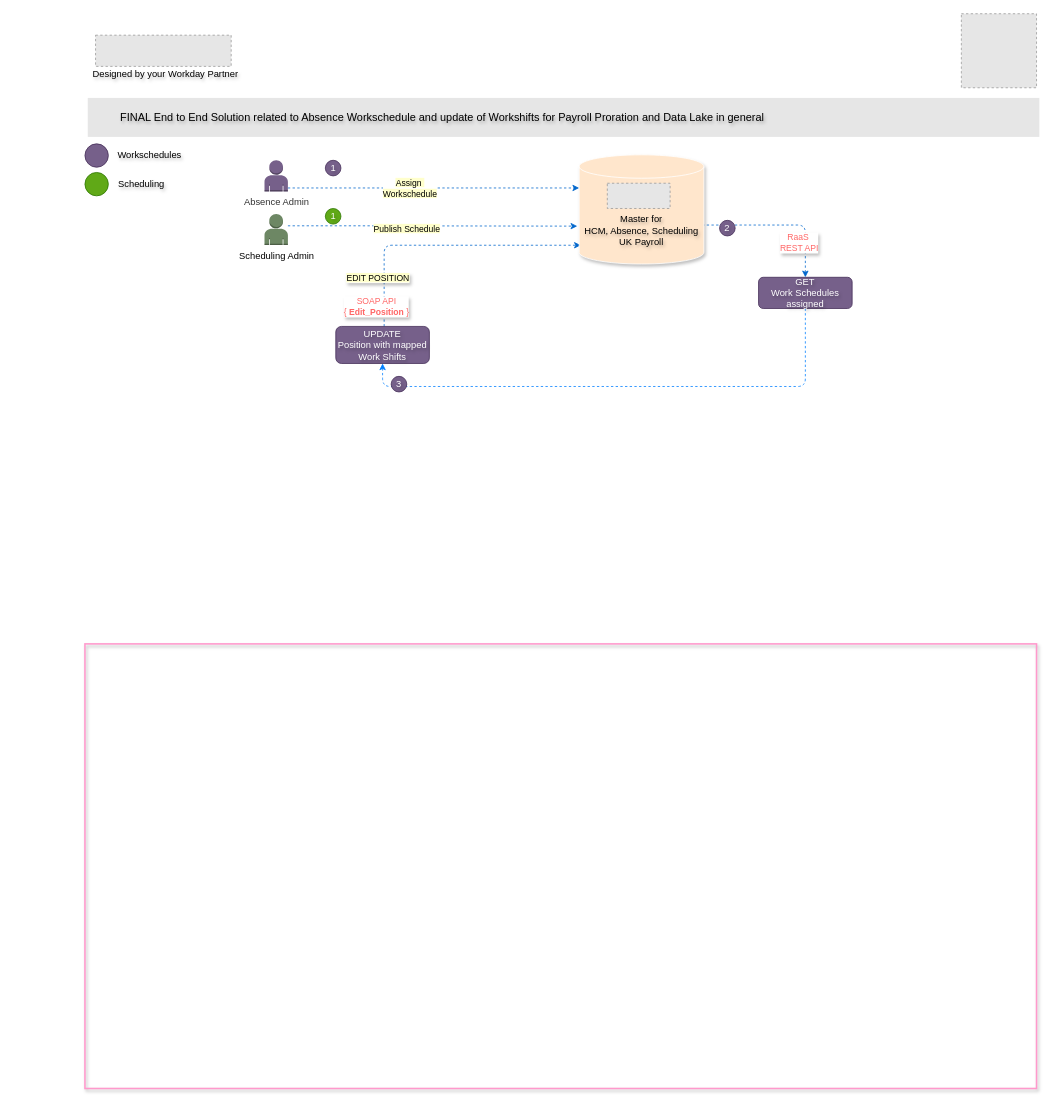
This is Leonardo Hotels Boomerang v1.drawio from sandyaroma/sandyaroma, a draw.io file, before an edit. Source tidied: cells renumbered, new cells numbered last; positions are measured from the earlier drawing's top-left corner, leaving out a move shared by most shapes. Both pictures are drawn from the tidied source at 78%, with x=0, y=0 at pixel (84, 13). Pictures stored in the file or linked from it are replaced by grey dashed boxes.
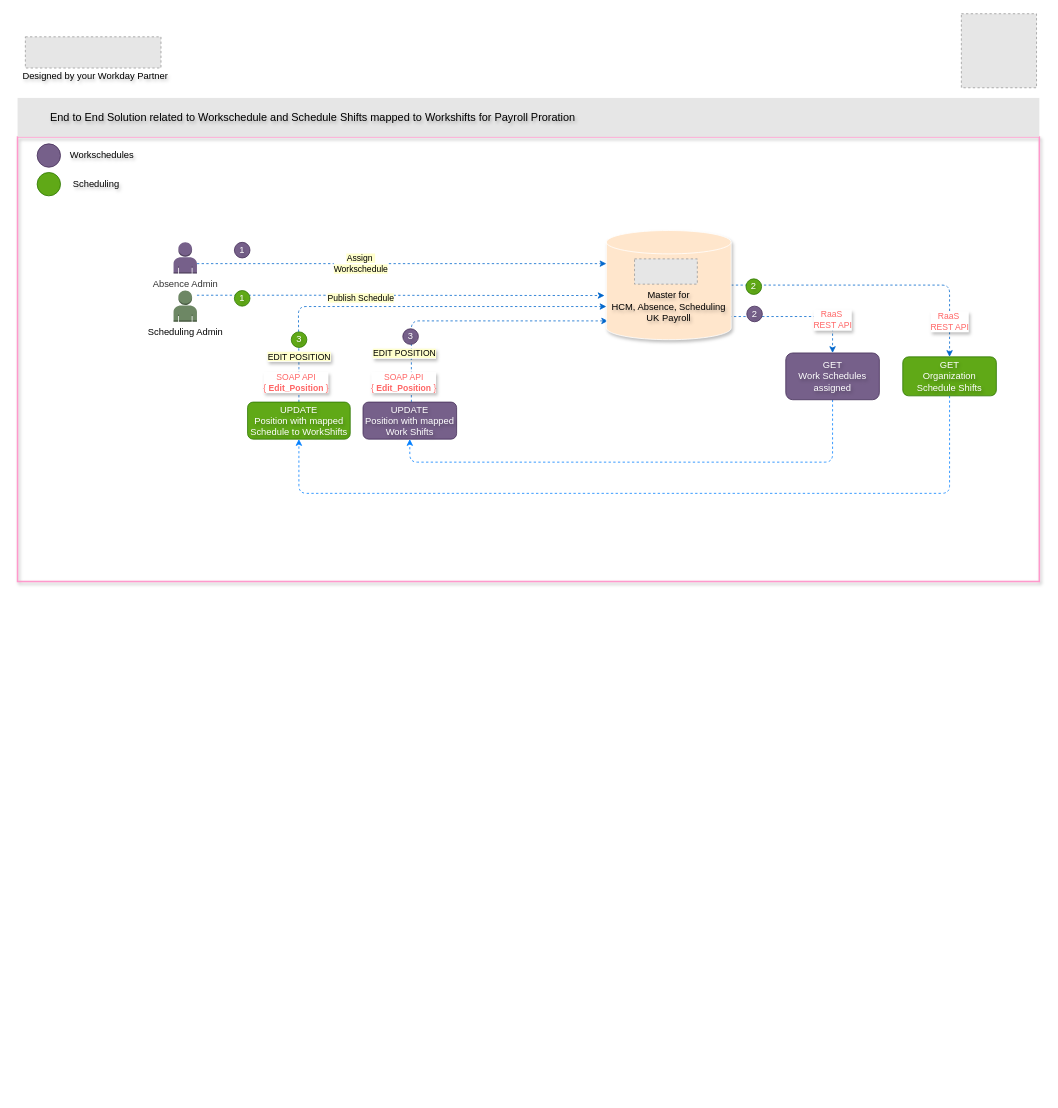
The same page after the edit.

Commit message (it also covers changes not shown here):
Mettre à jour Leonardo Hotels Boomerang v1.drawio

Change to the diagram source:
```diff
@@
+    <mxCell id="31" style="edgeStyle=orthogonalEdgeStyle;rounded=1;jettySize=auto;html=1;entryX=0;entryY=0;entryDx=0;entryDy=97.5;entryPerimeter=0;curved=0;dashed=1;strokeColor=#0066CC;" parent="1" edge="1" source="37" target="5">
+      <mxGeometry relative="1" as="geometry">
+        <Array as="points">
+          <mxPoint x="275" y="445" />
+          <mxPoint x="274" y="376" />
+        </Array>
+      </mxGeometry>
+    </mxCell>
     <mxCell id="2" style="edgeStyle=orthogonalEdgeStyle;rounded=1;jettySize=auto;html=1;entryX=0.013;entryY=0.828;entryDx=0;entryDy=0;entryPerimeter=0;curved=0;dashed=1;strokeColor=#0066CC;" parent="1" edge="1" source="9" target="5">
       <mxGeometry relative="1" as="geometry">
         <Array as="points">
-          <mxPoint x="384" y="297" />
+          <mxPoint x="418.9" y="394" />
         </Array>
       </mxGeometry>
     </mxCell>
     <mxCell id="3" style="rounded=0;whiteSpace=wrap;html=1;fillColor=none;strokeWidth=2;strokeColor=#FF99CC;shadow=1;textShadow=1;" parent="1" vertex="1">
-      <mxGeometry x="0.4" y="808" width="1220" height="570" as="geometry" />
+      <mxGeometry x="-86" y="158" width="1310" height="570" as="geometry" />
     </mxCell>
-    <mxCell id="4" style="edgeStyle=orthogonalEdgeStyle;rounded=1;jettySize=auto;html=1;entryX=0.5;entryY=0;entryDx=0;entryDy=0;exitX=0.985;exitY=0.643;exitDx=0;exitDy=0;exitPerimeter=0;curved=0;dashed=1;strokeColor=#0066CC;" parent="1" edge="1" source="5" target="8">
+    <mxCell id="4" style="edgeStyle=orthogonalEdgeStyle;rounded=1;jettySize=auto;html=1;entryX=0.5;entryY=0;entryDx=0;entryDy=0;exitX=0.985;exitY=0.788;exitDx=0;exitDy=0;exitPerimeter=0;curved=0;dashed=1;strokeColor=#0066CC;" parent="1" edge="1" source="5" target="8">
       <mxGeometry relative="1" as="geometry" />
     </mxCell>
+    <mxCell id="32" style="edgeStyle=orthogonalEdgeStyle;rounded=1;jettySize=auto;html=1;curved=0;dashed=1;strokeColor=#0066CC;" parent="1" edge="1" source="5" target="34">
+      <mxGeometry relative="1" as="geometry" />
+    </mxCell>
     <mxCell id="5" value="&lt;div&gt;&lt;br&gt;&lt;/div&gt;&lt;div&gt;&lt;br&gt;&lt;/div&gt;&lt;div&gt;&lt;span style=&quot;background-color: initial;&quot;&gt;Master for&lt;/span&gt;&lt;/div&gt;&lt;div&gt;&lt;span style=&quot;background-color: initial;&quot;&gt;HCM, Absence, Scheduling&lt;/span&gt;&lt;br&gt;&lt;/div&gt;&lt;div&gt;&lt;span style=&quot;background-color: initial;&quot;&gt;UK Payroll&lt;/span&gt;&lt;/div&gt;" style="shape=cylinder3;whiteSpace=wrap;html=1;boundedLbl=1;backgroundOutline=1;size=15;fillColor=#ffe6cc;strokeColor=#FFFFFF;shadow=1;textShadow=1;" parent="1" vertex="1">
-      <mxGeometry x="634" y="181" width="160" height="140" as="geometry" />
+      <mxGeometry x="668.9" y="278" width="160" height="140" as="geometry" />
     </mxCell>
     <mxCell id="6" style="fillColor=#E6E6E6;strokeColor=#999999;dashed=1;verticalLabelPosition=bottom;labelBackgroundColor=default;verticalAlign=top;" parent="1" vertex="1">
-      <mxGeometry x="670.1" y="217.4" width="80.5" height="32.4" as="geometry" />
+      <mxGeometry x="705" y="314.4" width="80.5" height="32.4" as="geometry" />
     </mxCell>
     <mxCell id="7" style="edgeStyle=orthogonalEdgeStyle;rounded=1;jettySize=auto;html=1;entryX=0.5;entryY=1;entryDx=0;entryDy=0;curved=0;dashed=1;strokeColor=#007FFF;" parent="1" edge="1" source="8" target="9">
       <mxGeometry relative="1" as="geometry">
         <Array as="points">
-          <mxPoint x="924" y="478" />
-          <mxPoint x="382" y="478" />
+          <mxPoint x="958.9" y="575" />
+          <mxPoint x="416.9" y="575" />
         </Array>
       </mxGeometry>
     </mxCell>
     <mxCell id="8" value="GET&lt;div&gt;Work Schedules&lt;/div&gt;&lt;div&gt;assigned&lt;/div&gt;" style="rounded=1;whiteSpace=wrap;html=1;fillColor=#76608a;strokeColor=#432D57;textShadow=1;fontColor=#ffffff;" parent="1" vertex="1">
-      <mxGeometry x="864" y="338" width="120" height="40" as="geometry" />
+      <mxGeometry x="898.9" y="435" width="120" height="60" as="geometry" />
     </mxCell>
     <mxCell id="9" value="&lt;div&gt;UPDATE&lt;/div&gt;&lt;div&gt;Position with mapped&lt;/div&gt;Work Shifts" style="rounded=1;whiteSpace=wrap;html=1;fillColor=#76608a;strokeColor=#432D57;textShadow=1;fontColor=#ffffff;" parent="1" vertex="1">
-      <mxGeometry x="322" y="401" width="120" height="47.5" as="geometry" />
+      <mxGeometry x="356.9" y="498" width="120" height="47.5" as="geometry" />
     </mxCell>
     <mxCell id="10" value="1" style="ellipse;whiteSpace=wrap;html=1;fillColor=#76608a;strokeColor=#432D57;fontColor=#ffffff;align=center;verticalAlign=middle;fontFamily=Helvetica;fontSize=12;textShadow=1;" parent="1" vertex="1">
-      <mxGeometry x="308.6" y="188" width="20" height="20" as="geometry" />
+      <mxGeometry x="192" y="293.2" width="20" height="20" as="geometry" />
     </mxCell>
-    <mxCell id="11" value="&lt;blockquote style=&quot;margin: 0 0 0 40px; border: none; padding: 0px;&quot;&gt;&lt;font style=&quot;font-size: 14px;&quot;&gt;FINAL End to End Solution related to Absence Workschedule and update of Workshifts for Payroll Proration and Data Lake in general&lt;/font&gt;&lt;/blockquote&gt;" style="text;html=1;align=left;verticalAlign=middle;whiteSpace=wrap;rounded=0;fillColor=#E6E6E6;textShadow=1;" parent="1" vertex="1">
-      <mxGeometry x="4" y="108" width="1220" height="50" as="geometry" />
+    <mxCell id="11" value="&lt;blockquote style=&quot;margin: 0 0 0 40px; border: none; padding: 0px;&quot;&gt;&lt;font style=&quot;font-size: 14px;&quot;&gt;End to End Solution related to Workschedule and Schedule Shifts mapped to Workshifts for Payroll Proration&lt;/font&gt;&lt;/blockquote&gt;" style="text;html=1;align=left;verticalAlign=middle;whiteSpace=wrap;rounded=0;fillColor=#E6E6E6;textShadow=1;" parent="1" vertex="1">
+      <mxGeometry x="-86" y="108" width="1310" height="50" as="geometry" />
     </mxCell>
     <mxCell id="12" style="ellipse;whiteSpace=wrap;html=1;fillColor=#76608a;strokeColor=#432D57;fontColor=#ffffff;textShadow=1;" parent="1" vertex="1">
-      <mxGeometry x="0.4" y="166.9" width="30" height="30" as="geometry" />
+      <mxGeometry x="-60.9" y="166.9" width="30" height="30" as="geometry" />
     </mxCell>
     <mxCell id="13" value="Workschedules" style="text;html=1;align=center;verticalAlign=middle;whiteSpace=wrap;rounded=0;textShadow=1;" parent="1" vertex="1">
-      <mxGeometry x="17.4" y="166.9" width="132.8" height="30" as="geometry" />
+      <mxGeometry x="-43.9" y="166.9" width="132.8" height="30" as="geometry" />
     </mxCell>
     <mxCell id="14" style="ellipse;whiteSpace=wrap;html=1;fillColor=#60a917;strokeColor=#2D7600;textShadow=1;fontColor=#ffffff;" parent="1" vertex="1">
-      <mxGeometry x="0.4" y="203.6" width="30" height="30" as="geometry" />
+      <mxGeometry x="-60.9" y="203.6" width="30" height="30" as="geometry" />
     </mxCell>
     <mxCell id="15" value="Scheduling" style="text;html=1;align=center;verticalAlign=middle;whiteSpace=wrap;rounded=0;textShadow=1;" parent="1" vertex="1">
-      <mxGeometry x="27.4" y="203.6" width="91.8" height="30" as="geometry" />
+      <mxGeometry x="-30.9" y="203.6" width="91.8" height="30" as="geometry" />
     </mxCell>
@@
     <mxCell id="17" style="fillColor=#E6E6E6;strokeColor=#999999;dashed=1;verticalLabelPosition=bottom;labelBackgroundColor=default;verticalAlign=top;" parent="1" vertex="1">
-      <mxGeometry x="14" y="27.6" width="173.9" height="40" as="geometry" />
+      <mxGeometry x="-76" y="29.7" width="173.9" height="40" as="geometry" />
     </mxCell>
     <mxCell id="18" value="Designed by your Workday Partner" style="text;html=1;align=center;verticalAlign=middle;whiteSpace=wrap;rounded=0;textShadow=1;" parent="1" vertex="1">
-      <mxGeometry x="4" y="62.9" width="200" height="30" as="geometry" />
+      <mxGeometry x="-86" y="65" width="200" height="30" as="geometry" />
     </mxCell>
     <mxCell id="19" style="edgeStyle=orthogonalEdgeStyle;rounded=0;jettySize=auto;html=1;dashed=1;strokeColor=#0066CC;entryX=0;entryY=0;entryDx=0;entryDy=42.5;entryPerimeter=0;" parent="1" edge="1" source="21" target="5">
       <mxGeometry relative="1" as="geometry">
         <Array as="points">
-          <mxPoint x="394" y="224" />
+          <mxPoint x="428.9" y="321" />
         </Array>
       </mxGeometry>
     </mxCell>
@@
     <mxCell id="21" value="&lt;font style=&quot;color: rgb(51, 51, 51);&quot;&gt;Absence Admin&lt;/font&gt;" style="outlineConnect=0;dashed=0;verticalLabelPosition=bottom;verticalAlign=top;align=center;html=1;shape=mxgraph.aws3.user;fillColor=#76608a;strokeColor=#432D57;fontColor=#ffffff;" parent="1" vertex="1">
-      <mxGeometry x="230.6" y="188" width="30" height="40" as="geometry" />
+      <mxGeometry x="114" y="293.2" width="30" height="40" as="geometry" />
     </mxCell>
     <mxCell id="22" value="&lt;font style=&quot;color: rgb(0, 0, 0);&quot;&gt;Scheduling Admin&lt;/font&gt;" style="outlineConnect=0;dashed=0;verticalLabelPosition=bottom;verticalAlign=top;align=center;html=1;shape=mxgraph.aws3.user;fillColor=#6d8764;strokeColor=#3A5431;fontColor=#ffffff;" parent="1" vertex="1">
-      <mxGeometry x="230.6" y="256.7" width="30" height="40" as="geometry" />
+      <mxGeometry x="114" y="355" width="30" height="40" as="geometry" />
     </mxCell>
     <mxCell id="23" value="2" style="ellipse;whiteSpace=wrap;html=1;fillColor=#76608a;strokeColor=#432D57;fontColor=#ffffff;align=center;verticalAlign=middle;fontFamily=Helvetica;fontSize=12;textShadow=1;" parent="1" vertex="1">
-      <mxGeometry x="814" y="265" width="20" height="20" as="geometry" />
+      <mxGeometry x="848.9" y="375" width="20" height="20" as="geometry" />
     </mxCell>
     <mxCell id="24" value="3" style="ellipse;whiteSpace=wrap;html=1;fillColor=#76608a;strokeColor=#432D57;fontColor=#ffffff;align=center;verticalAlign=middle;fontFamily=Helvetica;fontSize=12;textShadow=1;" parent="1" vertex="1">
-      <mxGeometry x="393" y="465" width="20" height="20" as="geometry" />
+      <mxGeometry x="407.9" y="404" width="20" height="20" as="geometry" />
     </mxCell>
     <mxCell id="25" value="&lt;font color=&quot;#ff6666&quot;&gt;RaaS&amp;nbsp;&lt;/font&gt;&lt;div&gt;&lt;font color=&quot;#ff6666&quot;&gt;REST API&lt;/font&gt;&lt;/div&gt;" style="edgeLabel;html=1;align=center;verticalAlign=middle;textShadow=1;" parent="1" vertex="1">
-      <mxGeometry x="924" y="296.7" as="geometry">
-        <mxPoint x="-9" y="-3" as="offset" />
+      <mxGeometry x="958.9" y="393.7" as="geometry">
+        <mxPoint y="-1" as="offset" />
       </mxGeometry>
     </mxCell>
-    <mxCell id="26" style="edgeStyle=orthogonalEdgeStyle;rounded=0;jettySize=auto;html=1;entryX=-0.015;entryY=0.653;entryDx=0;entryDy=0;entryPerimeter=0;curved=0;dashed=1;strokeColor=#0066CC;" parent="1" edge="1" source="22" target="5">
+    <mxCell id="26" style="edgeStyle=orthogonalEdgeStyle;rounded=0;jettySize=auto;html=1;entryX=-0.015;entryY=0.653;entryDx=0;entryDy=0;entryPerimeter=0;curved=0;dashed=1;strokeColor=#0066CC;" parent="1" edge="1" source="22">
       <mxGeometry relative="1" as="geometry">
+        <mxPoint x="666.5" y="361.4" as="targetPoint" />
         <Array as="points">
-          <mxPoint x="354" y="272" />
-          <mxPoint x="354" y="272" />
+          <mxPoint x="284" y="361" />
+          <mxPoint x="284" y="361" />
         </Array>
       </mxGeometry>
     </mxCell>
@@
     <mxCell id="28" value="1" style="ellipse;whiteSpace=wrap;html=1;fillColor=#60a917;strokeColor=#2D7600;fontColor=#ffffff;align=center;verticalAlign=middle;fontFamily=Helvetica;fontSize=12;textShadow=1;" parent="1" vertex="1">
-      <mxGeometry x="308.6" y="249.8" width="20" height="20" as="geometry" />
+      <mxGeometry x="192" y="355" width="20" height="20" as="geometry" />
     </mxCell>
     <mxCell id="29" value="&lt;span style=&quot;background-color: rgb(255, 255, 204);&quot;&gt;EDIT POSITION&lt;/span&gt;" style="edgeLabel;html=1;align=center;verticalAlign=middle;textShadow=1;" parent="1" vertex="1">
-      <mxGeometry x="375" y="338" as="geometry" />
+      <mxGeometry x="409.9" y="435" as="geometry" />
     </mxCell>
     <mxCell id="30" value="&lt;font color=&quot;#ff6666&quot;&gt;SOAP API&lt;/font&gt;&lt;div&gt;&lt;font color=&quot;#ff6666&quot;&gt;{&amp;nbsp;&lt;b&gt;Edit_Position&amp;nbsp;&lt;/b&gt;}&lt;/font&gt;&lt;/div&gt;" style="edgeLabel;html=1;align=center;verticalAlign=middle;textShadow=1;" parent="1" vertex="1">
-      <mxGeometry x="187.9" y="358" as="geometry">
+      <mxGeometry x="222.8" y="455" as="geometry">
         <mxPoint x="186" y="17" as="offset" />
       </mxGeometry>
     </mxCell>
+    <mxCell id="33" style="edgeStyle=orthogonalEdgeStyle;rounded=1;jettySize=auto;html=1;entryX=0.5;entryY=1;entryDx=0;entryDy=0;curved=0;dashed=1;strokeColor=#007FFF;exitX=0.5;exitY=1;exitDx=0;exitDy=0;" parent="1" edge="1" source="34" target="37">
+      <mxGeometry relative="1" as="geometry">
+        <Array as="points">
+          <mxPoint x="1108.9" y="615" />
+          <mxPoint x="274.9" y="615" />
+        </Array>
+      </mxGeometry>
+    </mxCell>
+    <mxCell id="34" value="GET&lt;div&gt;Organization Schedule Shifts&lt;/div&gt;" style="rounded=1;whiteSpace=wrap;html=1;fillColor=#60a917;strokeColor=#2D7600;textShadow=1;fontColor=#ffffff;" parent="1" vertex="1">
+      <mxGeometry x="1048.9" y="440" width="120" height="50" as="geometry" />
+    </mxCell>
+    <mxCell id="35" value="&lt;font color=&quot;#ff6666&quot;&gt;RaaS&amp;nbsp;&lt;/font&gt;&lt;div&gt;&lt;font color=&quot;#ff6666&quot;&gt;REST API&lt;/font&gt;&lt;/div&gt;" style="edgeLabel;html=1;align=center;verticalAlign=middle;textShadow=1;" parent="1" vertex="1">
+      <mxGeometry x="1108.9" y="395" as="geometry">
+        <mxPoint y="-1" as="offset" />
+      </mxGeometry>
+    </mxCell>
+    <mxCell id="36" value="2" style="ellipse;whiteSpace=wrap;html=1;fillColor=#60a917;strokeColor=#2D7600;fontColor=#ffffff;align=center;verticalAlign=middle;fontFamily=Helvetica;fontSize=12;textShadow=1;" parent="1" vertex="1">
+      <mxGeometry x="847.9" y="340" width="20" height="20" as="geometry" />
+    </mxCell>
+    <mxCell id="37" value="&lt;div&gt;UPDATE&lt;/div&gt;&lt;div&gt;Position with mapped&lt;/div&gt;Schedule to WorkShifts" style="rounded=1;whiteSpace=wrap;html=1;fillColor=#60a917;strokeColor=#2D7600;textShadow=1;fontColor=#ffffff;" parent="1" vertex="1">
+      <mxGeometry x="208.9" y="498" width="131.6" height="47.5" as="geometry" />
+    </mxCell>
+    <mxCell id="38" value="3" style="ellipse;whiteSpace=wrap;html=1;fillColor=#60a917;strokeColor=#2D7600;fontColor=#ffffff;align=center;verticalAlign=middle;fontFamily=Helvetica;fontSize=12;textShadow=1;" parent="1" vertex="1">
+      <mxGeometry x="264.9" y="408" width="20" height="20" as="geometry" />
+    </mxCell>
+    <mxCell id="39" value="&lt;font color=&quot;#ff6666&quot;&gt;SOAP API&lt;/font&gt;&lt;div&gt;&lt;font color=&quot;#ff6666&quot;&gt;{&amp;nbsp;&lt;b&gt;Edit_Position&amp;nbsp;&lt;/b&gt;}&lt;/font&gt;&lt;/div&gt;" style="edgeLabel;html=1;align=center;verticalAlign=middle;textShadow=1;" parent="1" vertex="1">
+      <mxGeometry x="84" y="455" as="geometry">
+        <mxPoint x="186" y="17" as="offset" />
+      </mxGeometry>
+    </mxCell>
+    <mxCell id="40" value="&lt;span style=&quot;background-color: rgb(255, 255, 204);&quot;&gt;EDIT POSITION&lt;/span&gt;" style="edgeLabel;html=1;align=center;verticalAlign=middle;textShadow=1;" parent="1" vertex="1">
+      <mxGeometry x="274.7" y="439" as="geometry" />
+    </mxCell>
```
